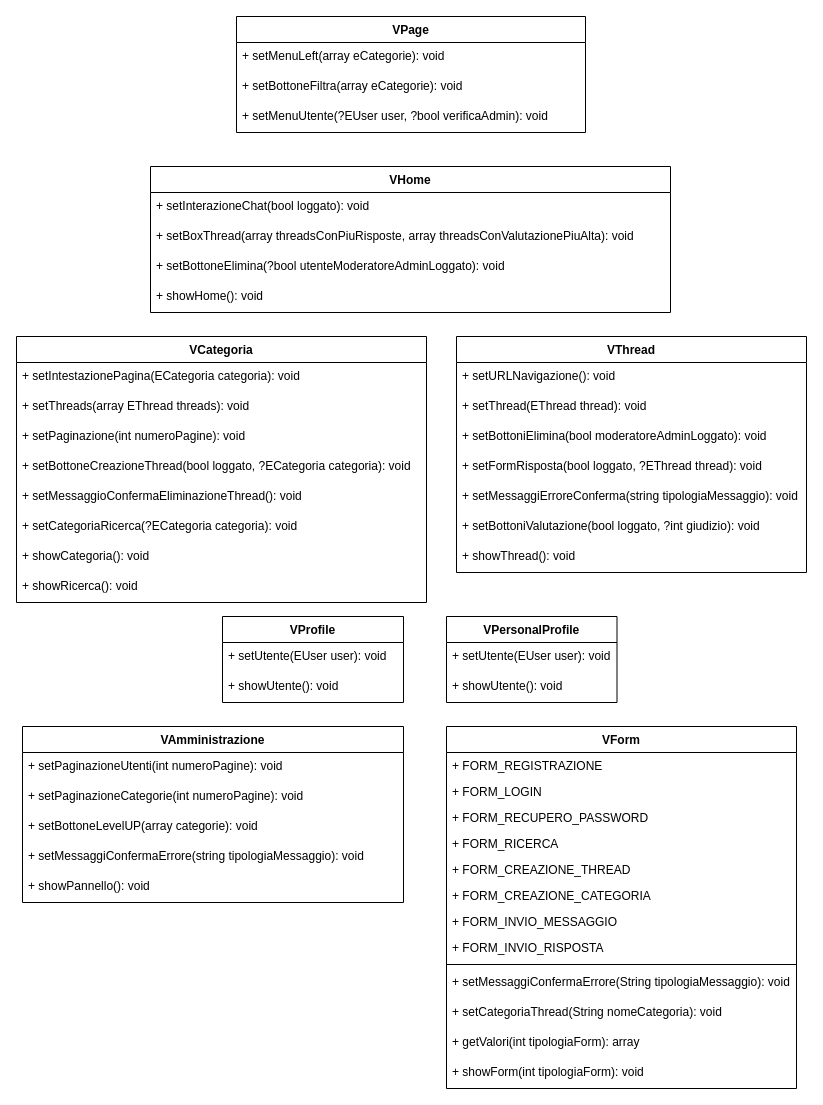
This is Diagrammi/UMLView.drawio from EdoPan/UniChat, a draw.io file, before an edit. Source tidied: cells renumbered, new cells numbered last; positions are measured from the earlier drawing's top-left corner, leaving out a move shared by most shapes. Both pictures are drawn from the tidied source at 100%, with x=0, y=0 at pixel (16, 16).
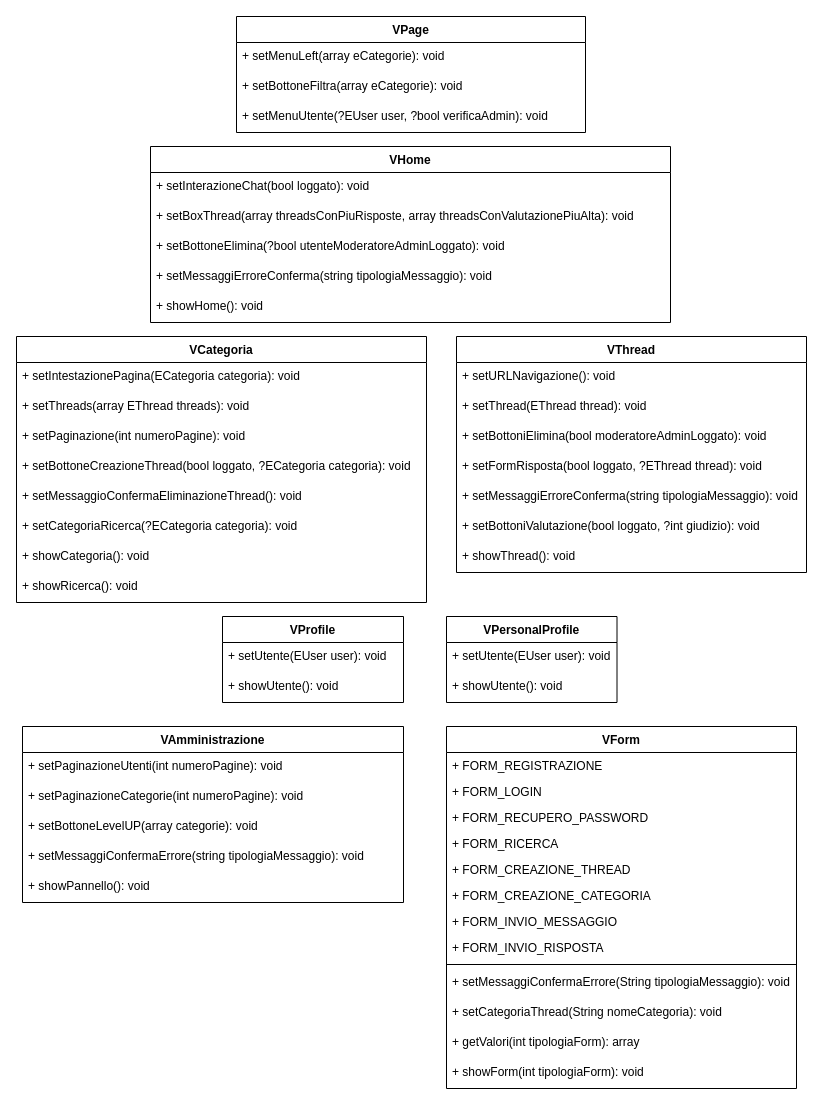
The same diagram, later.

Commit message:
Aggiunta metodo per visualizzazione messaggi conferma/errore

Diff of the diagram source:
```diff
@@
     <mxCell id="6" value="VHome" style="swimlane;fontStyle=1;align=center;verticalAlign=top;horizontal=1;startSize=26;" parent="1" vertex="1">
-      <mxGeometry x="134" y="150" width="520" height="146" as="geometry" />
+      <mxGeometry x="134" y="130" width="520" height="176" as="geometry" />
     </mxCell>
@@
+    <mxCell id="54" value="+ setMessaggiErroreConferma(string tipologiaMessaggio): void" style="text;strokeColor=none;fillColor=none;align=left;verticalAlign=top;spacingLeft=4;spacingRight=4;overflow=hidden;" parent="6" vertex="1">
+      <mxGeometry y="116" width="520" height="30" as="geometry" />
+    </mxCell>
     <mxCell id="10" value="+ showHome(): void" style="text;strokeColor=none;fillColor=none;align=left;verticalAlign=top;spacingLeft=4;spacingRight=4;overflow=hidden;" parent="6" vertex="1">
-      <mxGeometry y="116" width="520" height="30" as="geometry" />
+      <mxGeometry y="146" width="520" height="30" as="geometry" />
     </mxCell>
```
